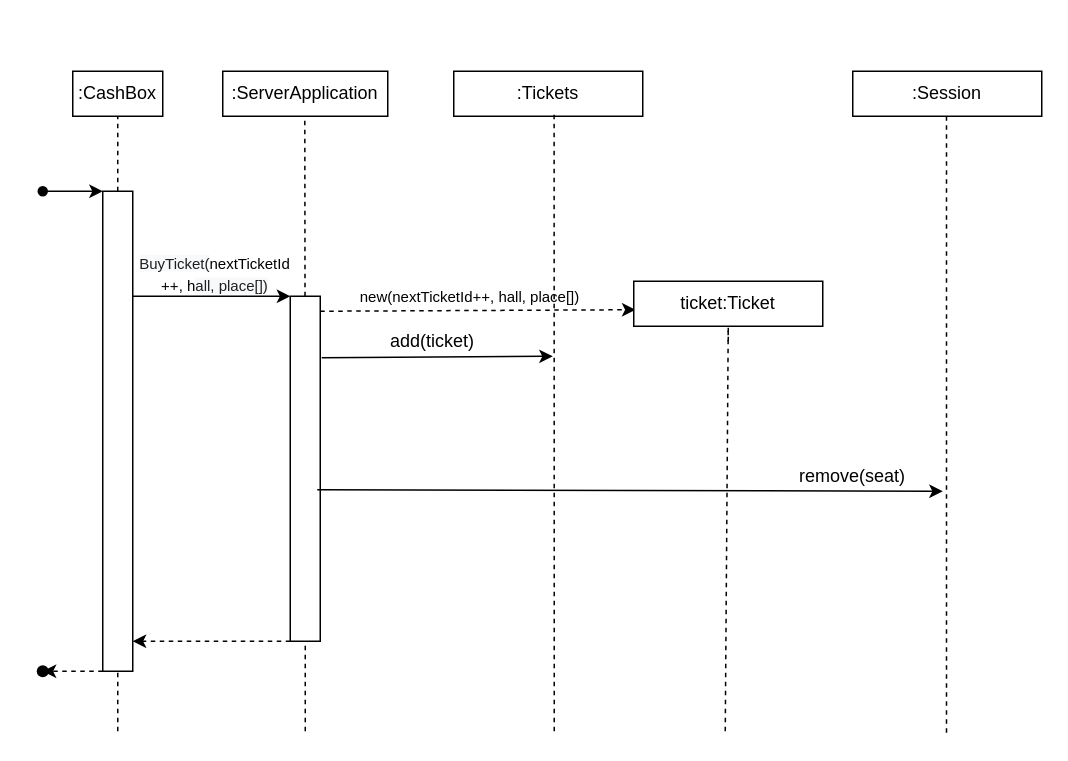
Before: page "BuyingInitialization" (2 of 3) of Диаграмма_последовательности_5.drawio in ANDaniell/-design-practice, a draw.io diagram. Source tidied: cells renumbered, new cells numbered last; positions are measured from the earlier drawing's top-left corner, leaving out a move shared by most shapes. Both pictures are drawn from the tidied source at 150%, with x=0, y=0 at pixel (27, 70).
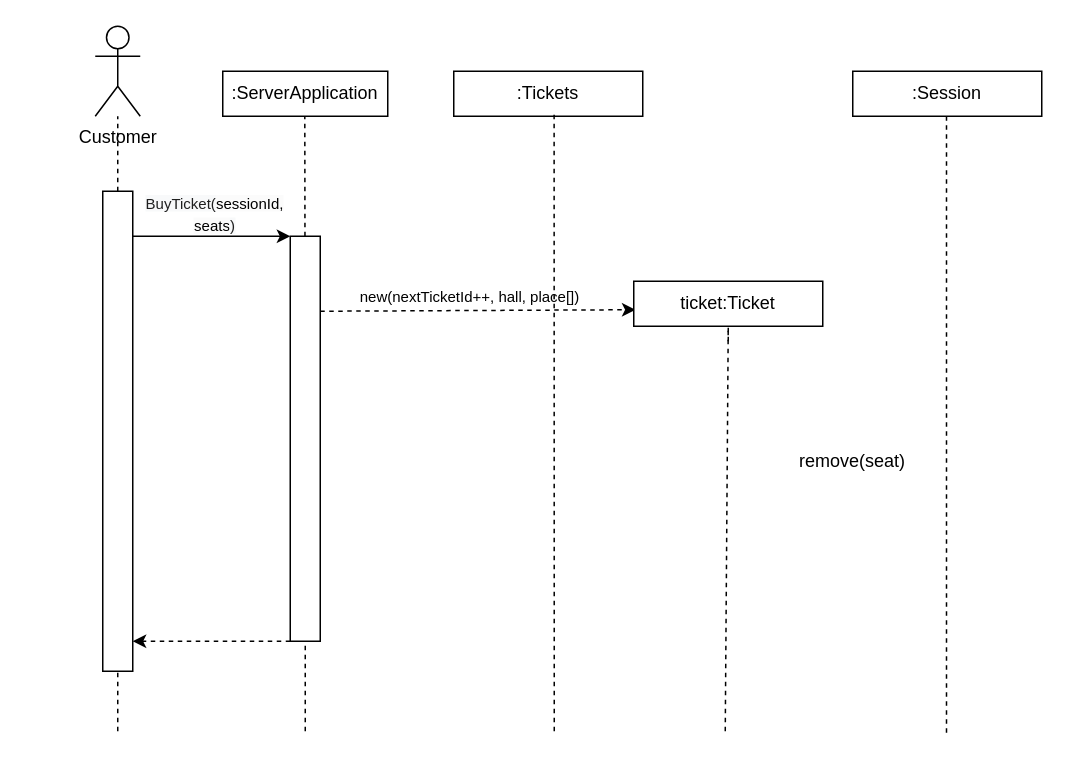
The same diagram, later.

The edit, as a diff of the source:
```diff
@@
-    <mxCell id="2" style="rounded=0;whiteSpace=wrap;html=1;" parent="1" vertex="1">
-      <mxGeometry x="30" width="60" height="30" as="geometry" />
-    </mxCell>
-    <mxCell id="3" value=":CashBox" style="text;html=1;align=center;verticalAlign=middle;whiteSpace=wrap;rounded=0;" parent="1" vertex="1">
-      <mxGeometry x="30" width="60" height="30" as="geometry" />
-    </mxCell>
@@
-    <mxCell id="6" style="endArrow=classic;html=1;rounded=0;startArrow=oval;startFill=1;" parent="1" edge="1">
-      <mxGeometry relative="1" as="geometry">
-        <mxPoint x="10" y="80" as="sourcePoint" />
-        <mxPoint x="50" y="80" as="targetPoint" />
-      </mxGeometry>
-    </mxCell>
     <mxCell id="7" style="endArrow=classic;html=1;rounded=0;entryX=0;entryY=0;entryDx=0;entryDy=0;" parent="1" edge="1">
       <mxGeometry relative="1" as="geometry">
-        <mxPoint x="70" y="150" as="sourcePoint" />
-        <mxPoint x="175" y="150" as="targetPoint" />
+        <mxPoint x="70" y="110" as="sourcePoint" />
+        <mxPoint x="175" y="110" as="targetPoint" />
       </mxGeometry>
     </mxCell>
@@
-    <mxCell id="12" style="endArrow=classic;html=1;rounded=0;dashed=1;" parent="1" edge="1" source="14">
+    <mxCell id="12" style="endArrow=classic;html=1;rounded=0;dashed=1;" parent="1" edge="1">
       <mxGeometry relative="1" as="geometry">
+        <mxPoint x="10" y="400" as="sourcePoint" />
         <mxPoint x="10" y="400" as="targetPoint" />
       </mxGeometry>
     </mxCell>
-    <mxCell id="13" style="endArrow=classic;html=1;rounded=0;dashed=1;" parent="1" edge="1" target="14">
-      <mxGeometry relative="1" as="geometry">
-        <mxPoint x="50" y="400" as="sourcePoint" />
-      </mxGeometry>
-    </mxCell>
-    <mxCell id="14" style="shape=waypoint;sketch=0;fillStyle=solid;size=6;points=[];fillColor=none;perimeter=centerPerimeter;snapToPoint=1;strokeWidth=2;" parent="1" vertex="1">
-      <mxGeometry y="390" width="20" height="20" as="geometry" />
-    </mxCell>
@@
     <mxCell id="16" style="rounded=0;whiteSpace=wrap;html=1;" parent="1" vertex="1">
-      <mxGeometry x="175" y="150" width="20" height="230" as="geometry" />
+      <mxGeometry x="175" y="110" width="20" height="270" as="geometry" />
     </mxCell>
@@
-    <mxCell id="20" value="&lt;div&gt;&lt;font style=&quot;font-size: 10px;&quot;&gt;&lt;span style=&quot;color: rgb(31, 31, 31); font-family: Arial, sans-serif; text-align: left; white-space-collapse: preserve; background-color: rgb(248, 249, 250);&quot;&gt;&lt;font style=&quot;&quot;&gt;BuyTicket(&lt;/font&gt;&lt;/span&gt;&lt;span style=&quot;background-color: initial;&quot;&gt;nextTicketId&lt;/span&gt;&lt;/font&gt;&lt;/div&gt;&lt;div&gt;&lt;font style=&quot;font-size: 10px;&quot;&gt;&lt;span style=&quot;background-color: initial;&quot;&gt;++, h&lt;/span&gt;&lt;span style=&quot;background-color: rgb(248, 249, 250); color: rgb(31, 31, 31); font-family: Arial, sans-serif; text-align: left; white-space-collapse: preserve;&quot;&gt;all, place[])&lt;/span&gt;&lt;/font&gt;&lt;/div&gt;" style="text;html=1;align=center;verticalAlign=middle;whiteSpace=wrap;rounded=0;" parent="1" vertex="1">
-      <mxGeometry x="70" y="120" width="110" height="30" as="geometry" />
+    <mxCell id="20" value="&lt;div style=&quot;text-align: center;&quot;&gt;&lt;font style=&quot;font-size: 10px;&quot;&gt;&lt;span style=&quot;text-align: left;&quot;&gt;&lt;font style=&quot;&quot;&gt;&lt;font face=&quot;Arial, sans-serif&quot; color=&quot;#1f1f1f&quot;&gt;&lt;span style=&quot;white-space-collapse: preserve; background-color: rgb(248, 249, 250);&quot;&gt;BuyTicket(&lt;/span&gt;&lt;/font&gt;&lt;span style=&quot;background-color: rgb(251, 251, 251);&quot;&gt;sessionId, seats&lt;/span&gt;&lt;/font&gt;&lt;/span&gt;&lt;/font&gt;&lt;span style=&quot;background-color: rgb(248, 249, 250); color: rgb(31, 31, 31); font-family: Arial, sans-serif; text-align: left; white-space-collapse: preserve; font-size: 10px;&quot;&gt;)&lt;/span&gt;&lt;/div&gt;" style="text;html=1;align=center;verticalAlign=middle;whiteSpace=wrap;rounded=0;" parent="1" vertex="1">
+      <mxGeometry x="70" y="80" width="110" height="30" as="geometry" />
     </mxCell>
@@
-    <mxCell id="26" style="endArrow=classic;html=1;rounded=0;exitX=1.05;exitY=0.178;exitDx=0;exitDy=0;exitPerimeter=0;" parent="1" edge="1" source="16">
-      <mxGeometry relative="1" as="geometry">
-        <mxPoint x="350" y="190" as="targetPoint" />
-      </mxGeometry>
-    </mxCell>
-    <mxCell id="27" value="add(ticket)" style="text;html=1;align=center;verticalAlign=middle;whiteSpace=wrap;rounded=0;" parent="1" vertex="1">
-      <mxGeometry x="240" y="170" width="60" height="20" as="geometry" />
-    </mxCell>
-    <mxCell id="28" style="endArrow=classic;html=1;rounded=0;exitX=0.9;exitY=0.561;exitDx=0;exitDy=0;exitPerimeter=0;" parent="1" edge="1" source="16">
-      <mxGeometry relative="1" as="geometry">
-        <mxPoint x="610" y="280" as="targetPoint" />
-      </mxGeometry>
-    </mxCell>
@@
     <mxCell id="32" value="remove(seat)" style="text;html=1;align=center;verticalAlign=middle;whiteSpace=wrap;rounded=0;" parent="1" vertex="1">
-      <mxGeometry x="520" y="260" width="60" height="20" as="geometry" />
+      <mxGeometry x="520" y="250" width="60" height="20" as="geometry" />
     </mxCell>
+    <mxCell id="33" value="Customer&lt;div&gt;&lt;br&gt;&lt;/div&gt;" style="shape=umlActor;verticalLabelPosition=bottom;verticalAlign=top;html=1;" parent="1" vertex="1">
+      <mxGeometry x="45" y="-30" width="30" height="60" as="geometry" />
+    </mxCell>
```
